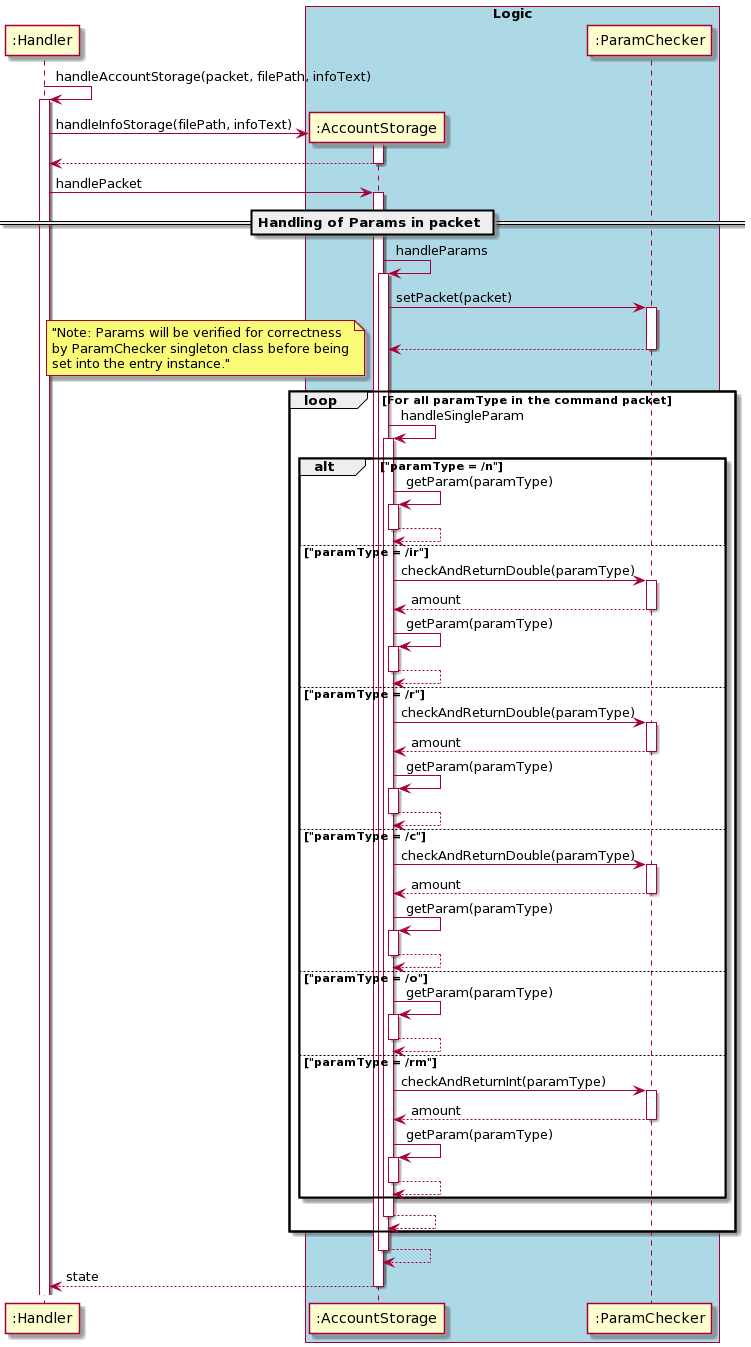
Before: docs/uml_images/financetools/AccountStorage/AccountStorageSequenceDiagram(1).png, a diagram exported from PlantUML (nus-cs2113-AY2021S1/tp). The source it was exported from:
```plantuml
@startuml
autoactivate on

":Handler" ->":Handler": handleAccountStorage(packet, filePath, infoText)
    create ":AccountStorage"
   ":Handler"-> ":AccountStorage" : handleInfoStorage(filePath, infoText)
    return

   ":Handler"-> ":AccountStorage" : handlePacket

        == Handling of Params in packet ==
        ":AccountStorage" -> ":AccountStorage" : handleParams
            ":AccountStorage" -> ":ParamChecker" : setPacket(packet)
            return
            loop For all paramType in the command packet
                note left: "Note: Params will be verified for correctness\nby ParamChecker singleton class before being\nset into the entry instance."
                ":AccountStorage" -> ":AccountStorage" : handleSingleParam
                    alt "paramType = /n"
                        ":AccountStorage" -> ":AccountStorage" : getParam(paramType)
                        return
                    else "paramType = /ir"
                        ":AccountStorage" ->":ParamChecker": checkAndReturnDouble(paramType)
                        return amount
                        ":AccountStorage" -> ":AccountStorage" : getParam(paramType)
                        return
                    else "paramType = /r"
                        ":AccountStorage" ->":ParamChecker": checkAndReturnDouble(paramType)
                        return amount
                        ":AccountStorage" -> ":AccountStorage" : getParam(paramType)
                        return
                    else "paramType = /c"
                        ":AccountStorage" ->":ParamChecker": checkAndReturnDouble(paramType)
                        return amount
                        ":AccountStorage" -> ":AccountStorage" : getParam(paramType)
                        return
                    else "paramType = /o"
                        ":AccountStorage" -> ":AccountStorage" : getParam(paramType)
                        return
                    else "paramType = /rm"
                        ":AccountStorage" ->":ParamChecker": checkAndReturnInt(paramType)
                        return amount
                        ":AccountStorage" -> ":AccountStorage" : getParam(paramType)
                        return
                    end
                return
            end
        return

return state


box "Logic" #LightBlue
participant ":AccountStorage"
participant ":ParamChecker"
endBox
@enduml
```
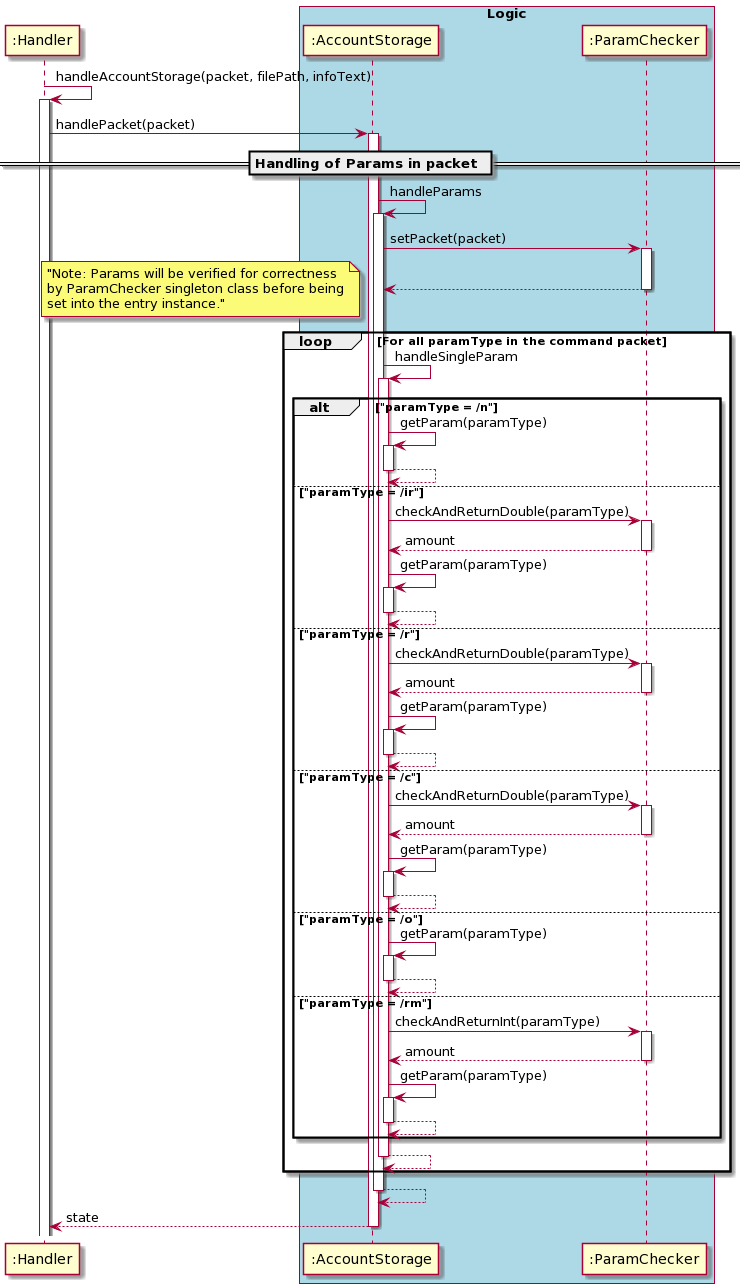
Later version of the same file.

Diff of the diagram source:
```diff
@@ -2,11 +2,8 @@
 autoactivate on
 
 ":Handler" ->":Handler": handleAccountStorage(packet, filePath, infoText)
-    create ":AccountStorage"
-   ":Handler"-> ":AccountStorage" : handleInfoStorage(filePath, infoText)
-    return
 
-   ":Handler"-> ":AccountStorage" : handlePacket
+   ":Handler"-> ":AccountStorage" : handlePacket(packet)
 
         == Handling of Params in packet ==
         ":AccountStorage" -> ":AccountStorage" : handleParams
```
